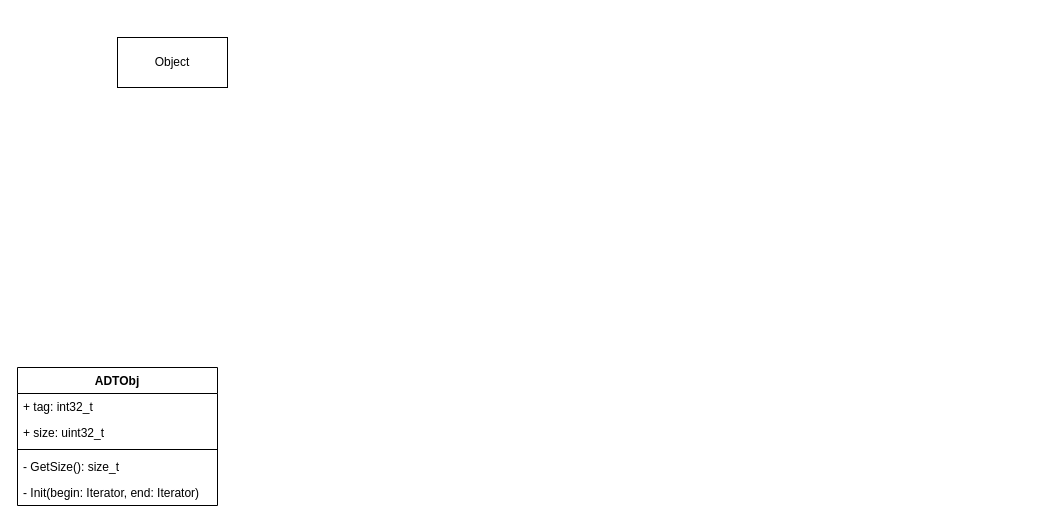
Above: page "container-adt" (3 of 4) of runtime.drawio in gdhzyz/draws (draw.io), before the change. Source tidied: cells renumbered, new cells numbered last; positions are measured from the earlier drawing's top-left corner, leaving out a move shared by most shapes. Both pictures are drawn from the tidied source at 100%, with x=0, y=0 at pixel (17, 37).
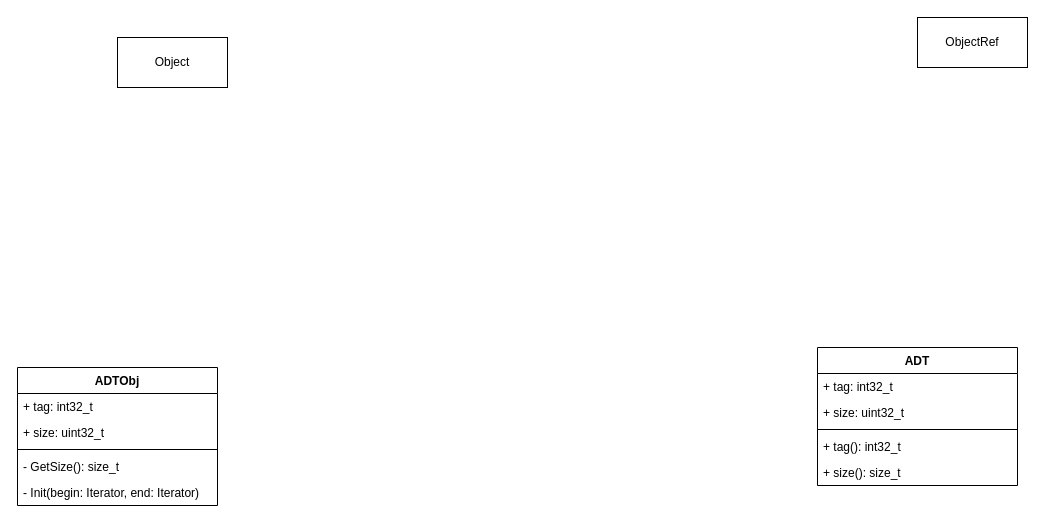
After the change.

The edit, as a diff of the source:
```diff
@@
 <mxGraphModel>
   <root>
     <mxCell id="0" />
     <mxCell id="1" parent="0" />
     <mxCell id="2" value="Object" style="html=1;whiteSpace=wrap;" parent="1" vertex="1">
       <mxGeometry x="100" width="110" height="50" as="geometry" />
     </mxCell>
     <mxCell id="3" value="ADTObj" style="swimlane;fontStyle=1;align=center;verticalAlign=top;horizontal=1;startSize=26;whiteSpace=wrap;html=1;" parent="1" vertex="1">
       <mxGeometry y="330" width="200" height="138" as="geometry" />
     </mxCell>
     <mxCell id="4" value="+ tag: int32_t" style="text;strokeColor=none;fillColor=none;align=left;verticalAlign=top;spacingLeft=4;spacingRight=4;overflow=hidden;whiteSpace=wrap;html=1;" parent="3" vertex="1">
       <mxGeometry y="26" width="200" height="26" as="geometry" />
     </mxCell>
     <mxCell id="5" value="+ size: uint32_t" style="text;strokeColor=none;fillColor=none;align=left;verticalAlign=top;spacingLeft=4;spacingRight=4;overflow=hidden;whiteSpace=wrap;html=1;" parent="3" vertex="1">
       <mxGeometry y="52" width="200" height="26" as="geometry" />
     </mxCell>
     <mxCell id="6" style="line;strokeWidth=1;fillColor=none;align=left;verticalAlign=middle;spacingTop=-1;spacingLeft=3;spacingRight=3;labelPosition=right;strokeColor=inherit;" parent="3" vertex="1">
       <mxGeometry y="78" width="200" height="8" as="geometry" />
     </mxCell>
     <mxCell id="7" value="- GetSize(): size_t" style="text;strokeColor=none;fillColor=none;align=left;verticalAlign=top;spacingLeft=4;spacingRight=4;overflow=hidden;whiteSpace=wrap;html=1;" parent="3" vertex="1">
       <mxGeometry y="86" width="200" height="26" as="geometry" />
     </mxCell>
     <mxCell id="8" value="- Init(begin: Iterator, end: Iterator)" style="text;strokeColor=none;fillColor=none;align=left;verticalAlign=top;spacingLeft=4;spacingRight=4;overflow=hidden;whiteSpace=wrap;html=1;" parent="3" vertex="1">
       <mxGeometry y="112" width="200" height="26" as="geometry" />
     </mxCell>
+    <mxCell id="9" value="ObjectRef" style="html=1;whiteSpace=wrap;" parent="1" vertex="1">
+      <mxGeometry x="900" y="-20" width="110" height="50" as="geometry" />
+    </mxCell>
+    <mxCell id="10" value="ADT" style="swimlane;fontStyle=1;align=center;verticalAlign=top;horizontal=1;startSize=26;whiteSpace=wrap;html=1;" parent="1" vertex="1">
+      <mxGeometry x="800" y="310" width="200" height="138" as="geometry" />
+    </mxCell>
+    <mxCell id="11" value="+ tag: int32_t" style="text;strokeColor=none;fillColor=none;align=left;verticalAlign=top;spacingLeft=4;spacingRight=4;overflow=hidden;whiteSpace=wrap;html=1;" parent="10" vertex="1">
+      <mxGeometry y="26" width="200" height="26" as="geometry" />
+    </mxCell>
+    <mxCell id="12" value="+ size: uint32_t" style="text;strokeColor=none;fillColor=none;align=left;verticalAlign=top;spacingLeft=4;spacingRight=4;overflow=hidden;whiteSpace=wrap;html=1;" parent="10" vertex="1">
+      <mxGeometry y="52" width="200" height="26" as="geometry" />
+    </mxCell>
+    <mxCell id="13" style="line;strokeWidth=1;fillColor=none;align=left;verticalAlign=middle;spacingTop=-1;spacingLeft=3;spacingRight=3;labelPosition=right;strokeColor=inherit;" parent="10" vertex="1">
+      <mxGeometry y="78" width="200" height="8" as="geometry" />
+    </mxCell>
+    <mxCell id="14" value="+ tag(): int32_t" style="text;strokeColor=none;fillColor=none;align=left;verticalAlign=top;spacingLeft=4;spacingRight=4;overflow=hidden;whiteSpace=wrap;html=1;" parent="10" vertex="1">
+      <mxGeometry y="86" width="200" height="26" as="geometry" />
+    </mxCell>
+    <mxCell id="15" value="+ size(): size_t" style="text;strokeColor=none;fillColor=none;align=left;verticalAlign=top;spacingLeft=4;spacingRight=4;overflow=hidden;whiteSpace=wrap;html=1;" parent="10" vertex="1">
+      <mxGeometry y="112" width="200" height="26" as="geometry" />
+    </mxCell>
   </root>
 </mxGraphModel>
```
